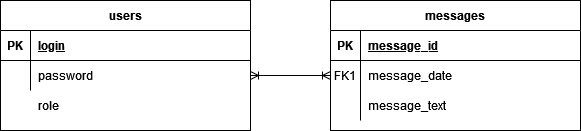
The draw.io diagram writer-reader-db.drawio.png in RazumeetsyaDanila/writer-reader-app, before a commit. Source tidied: cells renumbered, new cells last; positions are measured from the earlier drawing's top-left corner, leaving out a move shared by most shapes. Its diagram source:
```xml
<mxGraphModel>
  <root>
    <mxCell id="0" />
    <mxCell id="1" parent="0" />
    <mxCell id="2" value="messages" style="shape=table;startSize=30;rowLines=0;fontStyle=1;align=center;" parent="1" vertex="1">
      <mxGeometry x="330" width="250" height="130" as="geometry" />
    </mxCell>
    <mxCell id="3" style="shape=partialRectangle;fillColor=none;top=0;left=0;right=0;bottom=1;" parent="2" vertex="1">
      <mxGeometry y="30" width="250" height="30" as="geometry" />
    </mxCell>
    <mxCell id="4" value="PK" style="shape=partialRectangle;overflow=hidden;fillColor=none;top=0;left=0;bottom=0;right=0;fontStyle=1;" parent="3" vertex="1">
      <mxGeometry width="30" height="30" as="geometry" />
    </mxCell>
    <mxCell id="5" value="message_id" style="shape=partialRectangle;overflow=hidden;fillColor=none;top=0;left=0;bottom=0;right=0;align=left;spacingLeft=6;fontStyle=5;" parent="3" vertex="1">
      <mxGeometry x="30" width="220" height="30" as="geometry" />
    </mxCell>
    <mxCell id="6" style="shape=partialRectangle;fillColor=none;points=[[0,0.5],[1,0.5]];portConstraint=eastwest;top=0;left=0;right=0;bottom=0;" parent="2" vertex="1">
      <mxGeometry y="60" width="250" height="30" as="geometry" />
    </mxCell>
    <mxCell id="7" value="FK1" style="shape=partialRectangle;overflow=hidden;fillColor=none;top=0;left=0;bottom=0;right=0;" parent="6" vertex="1">
      <mxGeometry width="30" height="30" as="geometry" />
    </mxCell>
    <mxCell id="8" value="message_date" style="shape=partialRectangle;overflow=hidden;fillColor=none;top=0;left=0;bottom=0;right=0;align=left;spacingLeft=6;" parent="6" vertex="1">
      <mxGeometry x="30" width="220" height="30" as="geometry" />
    </mxCell>
    <mxCell id="9" style="shape=partialRectangle;fillColor=none;top=0;left=0;right=0;bottom=0;" parent="2" vertex="1">
      <mxGeometry y="90" width="250" height="30" as="geometry" />
    </mxCell>
    <mxCell id="10" style="shape=partialRectangle;overflow=hidden;fillColor=none;top=0;left=0;bottom=0;right=0;" parent="9" vertex="1">
      <mxGeometry width="30" height="30" as="geometry" />
    </mxCell>
    <mxCell id="11" value="message_text" style="shape=partialRectangle;overflow=hidden;fillColor=none;top=0;left=0;bottom=0;right=0;align=left;spacingLeft=6;" parent="9" vertex="1">
      <mxGeometry x="30" width="220" height="30" as="geometry" />
    </mxCell>
    <mxCell id="12" value="users" style="shape=table;startSize=30;rowLines=0;fontStyle=1;align=center;" parent="1" vertex="1">
      <mxGeometry width="250" height="130" as="geometry" />
    </mxCell>
    <mxCell id="13" style="shape=partialRectangle;fillColor=none;top=0;left=0;right=0;bottom=1;" parent="12" vertex="1">
      <mxGeometry y="30" width="250" height="30" as="geometry" />
    </mxCell>
    <mxCell id="14" value="PK" style="shape=partialRectangle;overflow=hidden;fillColor=none;top=0;left=0;bottom=0;right=0;fontStyle=1;" parent="13" vertex="1">
      <mxGeometry width="30" height="30" as="geometry" />
    </mxCell>
    <mxCell id="15" value="login" style="shape=partialRectangle;overflow=hidden;fillColor=none;top=0;left=0;bottom=0;right=0;align=left;spacingLeft=6;fontStyle=5;" parent="13" vertex="1">
      <mxGeometry x="30" width="220" height="30" as="geometry" />
    </mxCell>
    <mxCell id="16" style="shape=partialRectangle;fillColor=none;points=[[0,0.5],[1,0.5]];portConstraint=eastwest;top=0;left=0;right=0;bottom=0;" parent="12" vertex="1">
      <mxGeometry y="60" width="250" height="30" as="geometry" />
    </mxCell>
    <mxCell id="17" style="shape=partialRectangle;overflow=hidden;fillColor=none;top=0;left=0;bottom=0;right=0;" parent="16" vertex="1">
      <mxGeometry width="30" height="30" as="geometry" />
    </mxCell>
    <mxCell id="18" value="password" style="shape=partialRectangle;overflow=hidden;fillColor=none;top=0;left=0;bottom=0;right=0;align=left;spacingLeft=6;" parent="16" vertex="1">
      <mxGeometry x="30" width="220" height="30" as="geometry" />
    </mxCell>
    <mxCell id="19" value="role" style="shape=partialRectangle;overflow=hidden;fillColor=none;top=0;left=0;bottom=0;right=0;align=left;spacingLeft=6;" parent="1" vertex="1">
      <mxGeometry x="30" y="90" width="220" height="30" as="geometry" />
    </mxCell>
    <mxCell id="20" style="edgeStyle=entityRelationEdgeStyle;fontSize=12;html=1;endArrow=ERoneToMany;startArrow=ERoneToMany;rounded=0;entryX=0;entryY=0.5;entryDx=0;entryDy=0;exitX=1;exitY=0.5;exitDx=0;exitDy=0;" parent="1" edge="1" source="16" target="6">
      <mxGeometry relative="1" as="geometry" />
    </mxCell>
  </root>
</mxGraphModel>
```
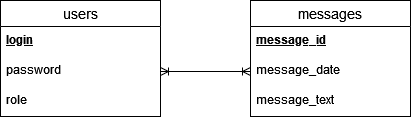
Later version of the same file.

What changed in the source:
```diff
@@ -2,62 +2,32 @@
   <root>
     <mxCell id="0" />
     <mxCell id="1" parent="0" />
-    <mxCell id="2" value="messages" style="shape=table;startSize=30;rowLines=0;fontStyle=1;align=center;" parent="1" vertex="1">
-      <mxGeometry x="330" width="250" height="130" as="geometry" />
-    </mxCell>
-    <mxCell id="3" style="shape=partialRectangle;fillColor=none;top=0;left=0;right=0;bottom=1;" parent="2" vertex="1">
-      <mxGeometry y="30" width="250" height="30" as="geometry" />
-    </mxCell>
-    <mxCell id="4" value="PK" style="shape=partialRectangle;overflow=hidden;fillColor=none;top=0;left=0;bottom=0;right=0;fontStyle=1;" parent="3" vertex="1">
-      <mxGeometry width="30" height="30" as="geometry" />
-    </mxCell>
-    <mxCell id="5" value="message_id" style="shape=partialRectangle;overflow=hidden;fillColor=none;top=0;left=0;bottom=0;right=0;align=left;spacingLeft=6;fontStyle=5;" parent="3" vertex="1">
-      <mxGeometry x="30" width="220" height="30" as="geometry" />
-    </mxCell>
-    <mxCell id="6" style="shape=partialRectangle;fillColor=none;points=[[0,0.5],[1,0.5]];portConstraint=eastwest;top=0;left=0;right=0;bottom=0;" parent="2" vertex="1">
-      <mxGeometry y="60" width="250" height="30" as="geometry" />
-    </mxCell>
-    <mxCell id="7" value="FK1" style="shape=partialRectangle;overflow=hidden;fillColor=none;top=0;left=0;bottom=0;right=0;" parent="6" vertex="1">
-      <mxGeometry width="30" height="30" as="geometry" />
-    </mxCell>
-    <mxCell id="8" value="message_date" style="shape=partialRectangle;overflow=hidden;fillColor=none;top=0;left=0;bottom=0;right=0;align=left;spacingLeft=6;" parent="6" vertex="1">
-      <mxGeometry x="30" width="220" height="30" as="geometry" />
-    </mxCell>
-    <mxCell id="9" style="shape=partialRectangle;fillColor=none;top=0;left=0;right=0;bottom=0;" parent="2" vertex="1">
-      <mxGeometry y="90" width="250" height="30" as="geometry" />
-    </mxCell>
-    <mxCell id="10" style="shape=partialRectangle;overflow=hidden;fillColor=none;top=0;left=0;bottom=0;right=0;" parent="9" vertex="1">
-      <mxGeometry width="30" height="30" as="geometry" />
-    </mxCell>
-    <mxCell id="11" value="message_text" style="shape=partialRectangle;overflow=hidden;fillColor=none;top=0;left=0;bottom=0;right=0;align=left;spacingLeft=6;" parent="9" vertex="1">
-      <mxGeometry x="30" width="220" height="30" as="geometry" />
-    </mxCell>
-    <mxCell id="12" value="users" style="shape=table;startSize=30;rowLines=0;fontStyle=1;align=center;" parent="1" vertex="1">
-      <mxGeometry width="250" height="130" as="geometry" />
+    <mxCell id="12" value="users" style="swimlane;fontStyle=0;horizontal=1;startSize=26;align=center;fontSize=14;" parent="1" vertex="1">
+      <mxGeometry x="90" y="110" width="160" height="116" as="geometry" />
     </mxCell>
-    <mxCell id="13" style="shape=partialRectangle;fillColor=none;top=0;left=0;right=0;bottom=1;" parent="12" vertex="1">
-      <mxGeometry y="30" width="250" height="30" as="geometry" />
-    </mxCell>
-    <mxCell id="14" value="PK" style="shape=partialRectangle;overflow=hidden;fillColor=none;top=0;left=0;bottom=0;right=0;fontStyle=1;" parent="13" vertex="1">
-      <mxGeometry width="30" height="30" as="geometry" />
-    </mxCell>
-    <mxCell id="15" value="login" style="shape=partialRectangle;overflow=hidden;fillColor=none;top=0;left=0;bottom=0;right=0;align=left;spacingLeft=6;fontStyle=5;" parent="13" vertex="1">
-      <mxGeometry x="30" width="220" height="30" as="geometry" />
+    <mxCell id="15" value="login" style="text;strokeColor=none;fillColor=none;spacingLeft=4;spacingRight=4;overflow=hidden;fontSize=12;fontStyle=5;" parent="12" vertex="1">
+      <mxGeometry y="26" width="160" height="30" as="geometry" />
     </mxCell>
-    <mxCell id="16" style="shape=partialRectangle;fillColor=none;points=[[0,0.5],[1,0.5]];portConstraint=eastwest;top=0;left=0;right=0;bottom=0;" parent="12" vertex="1">
-      <mxGeometry y="60" width="250" height="30" as="geometry" />
-    </mxCell>
-    <mxCell id="17" style="shape=partialRectangle;overflow=hidden;fillColor=none;top=0;left=0;bottom=0;right=0;" parent="16" vertex="1">
-      <mxGeometry width="30" height="30" as="geometry" />
-    </mxCell>
-    <mxCell id="18" value="password" style="shape=partialRectangle;overflow=hidden;fillColor=none;top=0;left=0;bottom=0;right=0;align=left;spacingLeft=6;" parent="16" vertex="1">
-      <mxGeometry x="30" width="220" height="30" as="geometry" />
+    <mxCell id="18" value="password" style="text;strokeColor=none;fillColor=none;spacingLeft=4;spacingRight=4;overflow=hidden;points=[[0,0.5],[1,0.5]];portConstraint=eastwest;fontSize=12;" parent="12" vertex="1">
+      <mxGeometry y="56" width="160" height="30" as="geometry" />
     </mxCell>
-    <mxCell id="19" value="role" style="shape=partialRectangle;overflow=hidden;fillColor=none;top=0;left=0;bottom=0;right=0;align=left;spacingLeft=6;" parent="1" vertex="1">
-      <mxGeometry x="30" y="90" width="220" height="30" as="geometry" />
+    <mxCell id="19" value="role" style="text;strokeColor=none;fillColor=none;spacingLeft=4;spacingRight=4;overflow=hidden;fontSize=12;" parent="12" vertex="1">
+      <mxGeometry y="86" width="160" height="30" as="geometry" />
     </mxCell>
-    <mxCell id="20" style="edgeStyle=entityRelationEdgeStyle;fontSize=12;html=1;endArrow=ERoneToMany;startArrow=ERoneToMany;rounded=0;entryX=0;entryY=0.5;entryDx=0;entryDy=0;exitX=1;exitY=0.5;exitDx=0;exitDy=0;" parent="1" edge="1" source="16" target="6">
-      <mxGeometry relative="1" as="geometry" />
-    </mxCell>
+    <mxCell id="2" value="messages" style="swimlane;fontStyle=0;horizontal=1;startSize=26;align=center;fontSize=14;" parent="1" vertex="1">
+      <mxGeometry x="340" y="110" width="160" height="116" as="geometry" />
+    </mxCell>
+    <mxCell id="5" value="message_id" style="text;strokeColor=none;fillColor=none;spacingLeft=4;spacingRight=4;overflow=hidden;fontSize=12;fontStyle=5;" parent="2" vertex="1">
+      <mxGeometry y="26" width="160" height="30" as="geometry" />
+    </mxCell>
+    <mxCell id="8" value="message_date" style="text;strokeColor=none;fillColor=none;spacingLeft=4;spacingRight=4;overflow=hidden;points=[[0,0.5],[1,0.5]];portConstraint=eastwest;fontSize=12;" parent="2" vertex="1">
+      <mxGeometry y="56" width="160" height="30" as="geometry" />
+    </mxCell>
+    <mxCell id="11" value="message_text" style="text;strokeColor=none;fillColor=none;spacingLeft=4;spacingRight=4;overflow=hidden;fontSize=12;" parent="2" vertex="1">
+      <mxGeometry y="86" width="160" height="30" as="geometry" />
+    </mxCell>
+    <mxCell id="21" style="edgeStyle=entityRelationEdgeStyle;fontSize=12;html=1;endArrow=ERoneToMany;startArrow=ERoneToMany;rounded=0;entryX=0;entryY=0.5;entryDx=0;entryDy=0;exitX=1;exitY=0.5;exitDx=0;exitDy=0;" parent="1" edge="1" source="18" target="8">
+      <mxGeometry relative="1" as="geometry" />
+    </mxCell>
   </root>
 </mxGraphModel>
```
